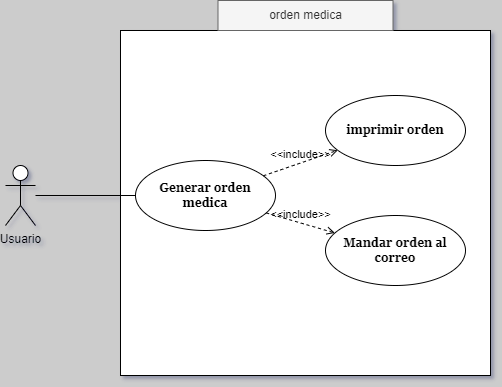
CH3MOO/SpecialityX keeps this draw.io diagram as GenerarOrden.png. Above is the earlier version. Source tidied: cells renumbered, new cells last; positions are measured from the earlier drawing's top-left corner, leaving out a move shared by most shapes.
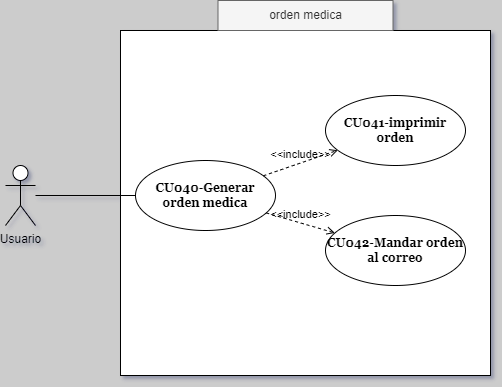
Above is the later version.

Diff of the diagram source:
```diff
@@ -8,7 +8,7 @@
     <mxCell id="3" value="Usuario" style="shape=umlActor;verticalLabelPosition=bottom;verticalAlign=top;html=1;" parent="1" vertex="1">
       <mxGeometry y="165" width="30" height="60" as="geometry" />
     </mxCell>
-    <mxCell id="4" value="Generar orden medica" style="ellipse;whiteSpace=wrap;html=1;fontFamily=Georgia;fontStyle=1;" parent="1" vertex="1">
+    <mxCell id="4" value="CU040-Generar orden medica" style="ellipse;whiteSpace=wrap;html=1;fontFamily=Georgia;fontStyle=1;" parent="1" vertex="1">
       <mxGeometry x="130" y="160" width="140" height="70" as="geometry" />
     </mxCell>
     <mxCell id="5" style="endArrow=none;html=1;rounded=0;" parent="1" edge="1" source="3" target="4">
@@ -17,13 +17,13 @@
     <mxCell id="6" value="orden medica" style="text;html=1;align=center;verticalAlign=middle;whiteSpace=wrap;rounded=0;fillColor=#f5f5f5;strokeColor=#666666;fontColor=#333333;" parent="1" vertex="1">
       <mxGeometry x="212.5" width="175" height="30" as="geometry" />
     </mxCell>
-    <mxCell id="7" value="imprimir orden" style="ellipse;whiteSpace=wrap;html=1;fontFamily=Georgia;fontStyle=1;" parent="1" vertex="1">
+    <mxCell id="7" value="CU041-imprimir orden" style="ellipse;whiteSpace=wrap;html=1;fontFamily=Georgia;fontStyle=1;" parent="1" vertex="1">
       <mxGeometry x="320" y="95" width="140" height="70" as="geometry" />
     </mxCell>
     <mxCell id="8" value="&amp;lt;&amp;lt;include&amp;gt;&amp;gt;" style="html=1;verticalAlign=bottom;labelBackgroundColor=none;endArrow=open;endFill=0;dashed=1;rounded=0;" parent="1" edge="1" source="4" target="7">
       <mxGeometry relative="1" as="geometry" />
     </mxCell>
-    <mxCell id="9" value="Mandar orden al correo" style="ellipse;whiteSpace=wrap;html=1;fontFamily=Georgia;fontStyle=1;" parent="1" vertex="1">
+    <mxCell id="9" value="CU042-Mandar orden al correo" style="ellipse;whiteSpace=wrap;html=1;fontFamily=Georgia;fontStyle=1;" parent="1" vertex="1">
       <mxGeometry x="320" y="215" width="140" height="70" as="geometry" />
     </mxCell>
     <mxCell id="10" value="&amp;lt;&amp;lt;include&amp;gt;&amp;gt;" style="html=1;verticalAlign=bottom;labelBackgroundColor=none;endArrow=open;endFill=0;dashed=1;rounded=0;" parent="1" edge="1" source="4" target="9">
```
